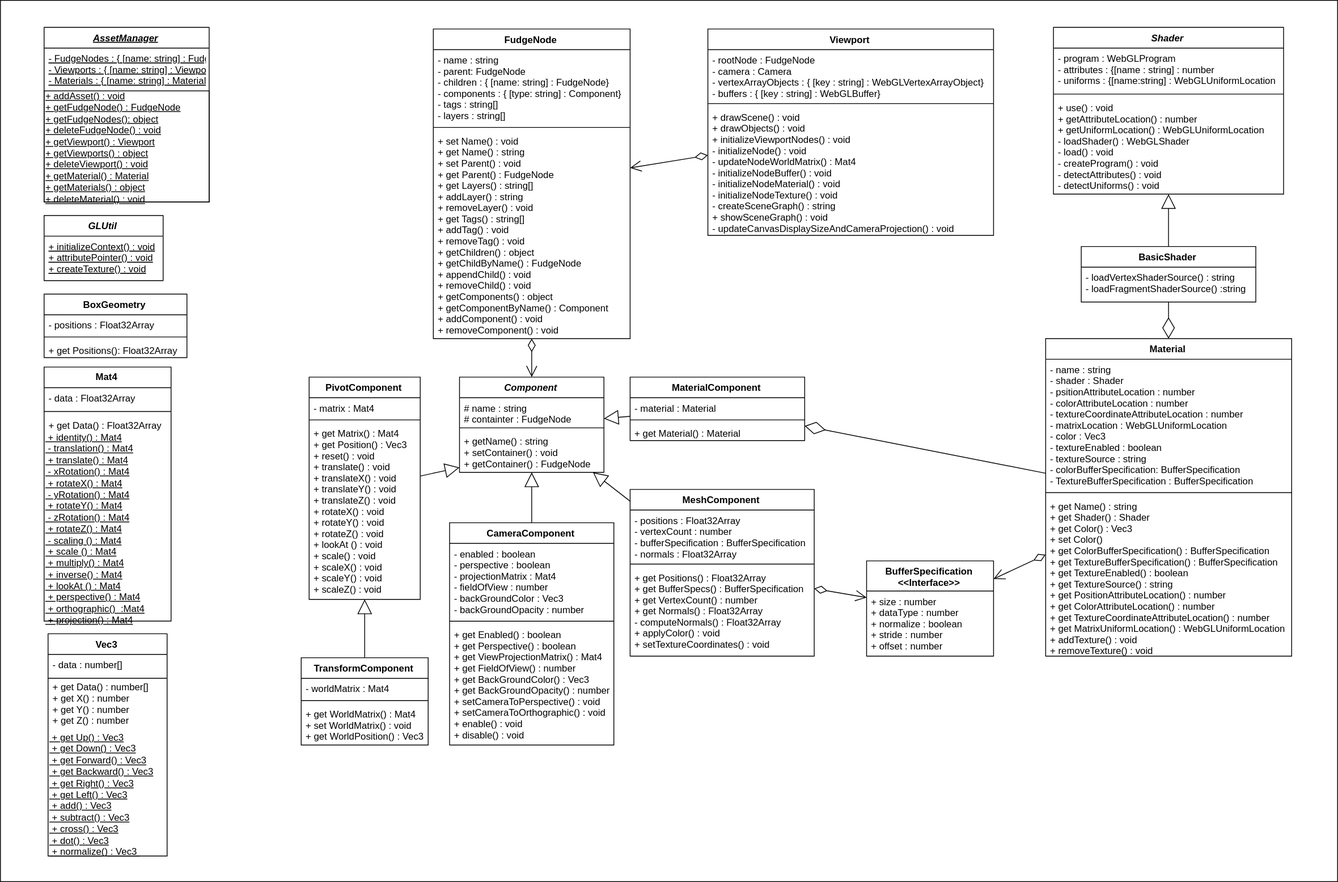
The draw.io diagram Design/CoreClassDiagramm.svg in JirkaDellOro/FUDGE, before a commit. Source tidied: cells renumbered, new cells last; positions are measured from the earlier drawing's top-left corner, leaving out a move shared by most shapes.
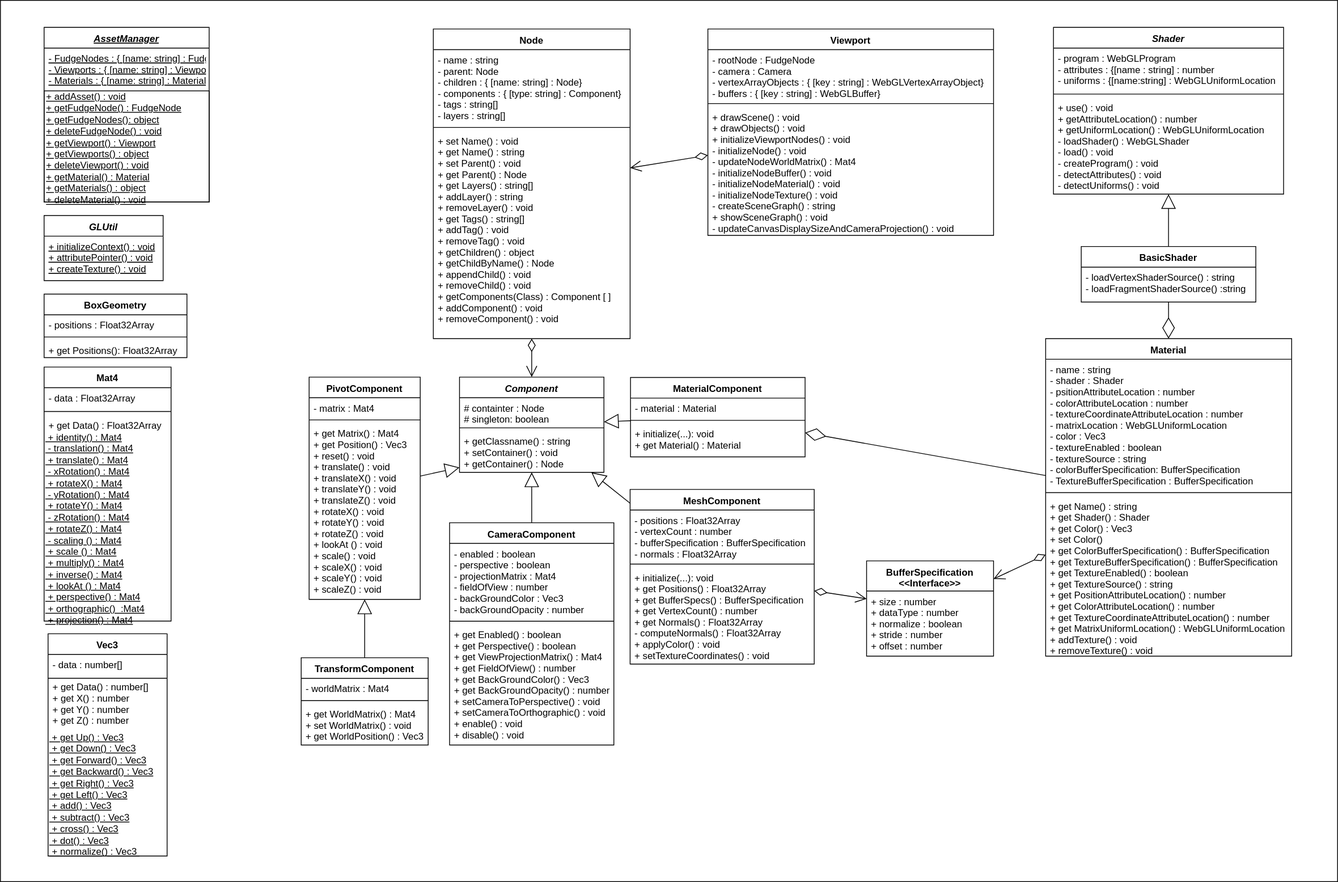
After the change.

Diff of the diagram source:
```diff
@@ -5,28 +5,28 @@
     <mxCell id="2" style="rounded=0;whiteSpace=wrap;html=1;" parent="1" vertex="1">
       <mxGeometry width="1685" height="1110" as="geometry" />
     </mxCell>
-    <mxCell id="3" value="FudgeNode" style="swimlane;fontStyle=1;align=center;verticalAlign=top;horizontal=1;startSize=26;" parent="1" vertex="1">
+    <mxCell id="3" value="Node" style="swimlane;fontStyle=1;align=center;verticalAlign=top;horizontal=1;startSize=26;" parent="1" vertex="1">
       <mxGeometry x="545.5" y="36" width="248" height="390" as="geometry" />
     </mxCell>
-    <mxCell id="4" value="- name : string&#10;- parent: FudgeNode&#10;- children : { [name: string] : FudgeNode}&#10;- components : { [type: string] : Component} &#10;- tags : string[]&#10;- layers : string[]" style="text;strokeColor=none;fillColor=none;align=left;verticalAlign=top;spacingLeft=4;spacingRight=4;overflow=hidden;" parent="3" vertex="1">
+    <mxCell id="4" value="- name : string&#10;- parent: Node&#10;- children : { [name: string] : Node}&#10;- components : { [type: string] : Component} &#10;- tags : string[]&#10;- layers : string[]" style="text;strokeColor=none;fillColor=none;align=left;verticalAlign=top;spacingLeft=4;spacingRight=4;overflow=hidden;" parent="3" vertex="1">
       <mxGeometry y="26" width="248" height="94" as="geometry" />
     </mxCell>
     <mxCell id="5" style="line;strokeWidth=1;fillColor=none;align=left;verticalAlign=middle;spacingTop=-1;spacingLeft=3;spacingRight=3;labelPosition=right;" parent="3" vertex="1">
       <mxGeometry y="120" width="248" height="8" as="geometry" />
     </mxCell>
-    <mxCell id="6" value="+ set Name() : void&#10;+ get Name() : string&#10;+ set Parent() : void&#10;+ get Parent() : FudgeNode&#10;+ get Layers() : string[]&#10;+ addLayer() : string&#10;+ removeLayer() : void&#10;+ get Tags() : string[]&#10;+ addTag() : void&#10;+ removeTag() : void&#10;+ getChildren() : object&#10;+ getChildByName() : FudgeNode&#10;+ appendChild() : void&#10;+ removeChild() : void&#10;+ getComponents() : object&#10;+ getComponentByName() : Component&#10;+ addComponent() : void&#10;+ removeComponent() : void&#10;&#10;" style="text;strokeColor=none;fillColor=none;align=left;verticalAlign=top;spacingLeft=4;spacingRight=4;overflow=hidden;" parent="3" vertex="1">
+    <mxCell id="6" value="+ set Name() : void&#10;+ get Name() : string&#10;+ set Parent() : void&#10;+ get Parent() : Node&#10;+ get Layers() : string[]&#10;+ addLayer() : string&#10;+ removeLayer() : void&#10;+ get Tags() : string[]&#10;+ addTag() : void&#10;+ removeTag() : void&#10;+ getChildren() : object&#10;+ getChildByName() : Node&#10;+ appendChild() : void&#10;+ removeChild() : void&#10;+ getComponents(Class) : Component [ ]&#10;+ addComponent() : void&#10;+ removeComponent() : void&#10;&#10;" style="text;strokeColor=none;fillColor=none;align=left;verticalAlign=top;spacingLeft=4;spacingRight=4;overflow=hidden;" parent="3" vertex="1">
       <mxGeometry y="128" width="248" height="262" as="geometry" />
     </mxCell>
     <mxCell id="7" value="Component" style="swimlane;fontStyle=3;align=center;verticalAlign=top;horizontal=1;startSize=26;" parent="1" vertex="1">
       <mxGeometry x="578.5" y="474.5" width="182" height="120" as="geometry" />
     </mxCell>
-    <mxCell id="8" value="# name : string&#10;# containter : FudgeNode&#10;" style="text;strokeColor=none;fillColor=none;align=left;verticalAlign=top;spacingLeft=4;spacingRight=4;overflow=hidden;" parent="7" vertex="1">
+    <mxCell id="8" value="# containter : Node&#10;# singleton: boolean" style="text;strokeColor=none;fillColor=none;align=left;verticalAlign=top;spacingLeft=4;spacingRight=4;overflow=hidden;" parent="7" vertex="1">
       <mxGeometry y="26" width="182" height="34" as="geometry" />
     </mxCell>
     <mxCell id="9" style="line;strokeWidth=1;fillColor=none;align=left;verticalAlign=middle;spacingTop=-1;spacingLeft=3;spacingRight=3;labelPosition=right;" parent="7" vertex="1">
       <mxGeometry y="60" width="182" height="8" as="geometry" />
     </mxCell>
-    <mxCell id="10" value="+ getName() : string&#10;+ setContainer() : void&#10;+ getContainer() : FudgeNode&#10;" style="text;strokeColor=none;fillColor=none;align=left;verticalAlign=top;spacingLeft=4;spacingRight=4;overflow=hidden;points=[[0,0.5],[1,0.5]];portConstraint=eastwest;" parent="7" vertex="1">
+    <mxCell id="10" value="+ getClassname() : string&#10;+ setContainer() : void&#10;+ getContainer() : Node&#10;" style="text;strokeColor=none;fillColor=none;align=left;verticalAlign=top;spacingLeft=4;spacingRight=4;overflow=hidden;points=[[0,0.5],[1,0.5]];portConstraint=eastwest;" parent="7" vertex="1">
       <mxGeometry y="68" width="182" height="52" as="geometry" />
     </mxCell>
     <mxCell id="11" style="endArrow=block;endSize=16;endFill=0;html=1;" parent="1" edge="1" source="59" target="39">
@@ -66,7 +66,7 @@
       <mxGeometry relative="1" as="geometry" />
     </mxCell>
     <mxCell id="23" value="MaterialComponent&#10;" style="swimlane;fontStyle=1;align=center;verticalAlign=top;horizontal=1;startSize=26;" parent="1" vertex="1">
-      <mxGeometry x="793.5" y="474.5" width="220" height="80" as="geometry" />
+      <mxGeometry x="794" y="475" width="220" height="100" as="geometry" />
     </mxCell>
     <mxCell id="24" value="- material : Material&#10;" style="text;strokeColor=none;fillColor=none;align=left;verticalAlign=top;spacingLeft=4;spacingRight=4;overflow=hidden;" parent="23" vertex="1">
       <mxGeometry y="26" width="220" height="24" as="geometry" />
@@ -74,8 +74,8 @@
     <mxCell id="25" style="line;strokeWidth=1;fillColor=none;align=left;verticalAlign=middle;spacingTop=-1;spacingLeft=3;spacingRight=3;labelPosition=right;" parent="23" vertex="1">
       <mxGeometry y="50" width="220" height="8" as="geometry" />
     </mxCell>
-    <mxCell id="26" value="+ get Material() : Material&#10;" style="text;strokeColor=none;fillColor=none;align=left;verticalAlign=top;spacingLeft=4;spacingRight=4;overflow=hidden;" parent="23" vertex="1">
-      <mxGeometry y="58" width="220" height="22" as="geometry" />
+    <mxCell id="26" value="+ initialize(...): void&#10;+ get Material() : Material&#10;" style="text;strokeColor=none;fillColor=none;align=left;verticalAlign=top;spacingLeft=4;spacingRight=4;overflow=hidden;" parent="23" vertex="1">
+      <mxGeometry y="58" width="220" height="42" as="geometry" />
     </mxCell>
     <mxCell id="27" style="endArrow=block;endSize=16;endFill=0;html=1;" parent="1" edge="1" source="23" target="7">
       <mxGeometry relative="1" as="geometry" />
@@ -207,7 +207,7 @@
       <mxGeometry y="80" width="208" height="140" as="geometry" />
     </mxCell>
     <mxCell id="70" value="MeshComponent&#10;&#10;" style="swimlane;fontStyle=1;align=center;verticalAlign=top;horizontal=1;startSize=26;" parent="1" vertex="1">
-      <mxGeometry x="793.5" y="616" width="232" height="210" as="geometry" />
+      <mxGeometry x="793.5" y="616" width="232" height="220" as="geometry" />
     </mxCell>
     <mxCell id="71" value="- positions : Float32Array&#10;- vertexCount : number&#10;- bufferSpecification : BufferSpecification&#10;- normals : Float32Array" style="text;strokeColor=none;fillColor=none;align=left;verticalAlign=top;spacingLeft=4;spacingRight=4;overflow=hidden;" parent="70" vertex="1">
       <mxGeometry y="26" width="232" height="64" as="geometry" />
@@ -215,8 +215,8 @@
     <mxCell id="72" style="line;strokeWidth=1;fillColor=none;align=left;verticalAlign=middle;spacingTop=-1;spacingLeft=3;spacingRight=3;labelPosition=right;" parent="70" vertex="1">
       <mxGeometry y="90" width="232" height="8" as="geometry" />
     </mxCell>
-    <mxCell id="73" value="+ get Positions() : Float32Array&#10;+ get BufferSpecs() : BufferSpecification&#10;+ get VertexCount() : number&#10;+ get Normals() : Float32Array&#10;- computeNormals() : Float32Array&#10;+ applyColor() : void&#10;+ setTextureCoordinates() : void&#10;" style="text;strokeColor=none;fillColor=none;align=left;verticalAlign=top;spacingLeft=4;spacingRight=4;overflow=hidden;" parent="70" vertex="1">
-      <mxGeometry y="98" width="232" height="112" as="geometry" />
+    <mxCell id="73" value="+ initialize(...): void&#10;+ get Positions() : Float32Array&#10;+ get BufferSpecs() : BufferSpecification&#10;+ get VertexCount() : number&#10;+ get Normals() : Float32Array&#10;- computeNormals() : Float32Array&#10;+ applyColor() : void&#10;+ setTextureCoordinates() : void&#10;" style="text;strokeColor=none;fillColor=none;align=left;verticalAlign=top;spacingLeft=4;spacingRight=4;overflow=hidden;" parent="70" vertex="1">
+      <mxGeometry y="98" width="232" height="122" as="geometry" />
     </mxCell>
     <mxCell id="74" value="BoxGeometry&#10;" style="swimlane;fontStyle=1;align=center;verticalAlign=top;horizontal=1;startSize=26;" parent="1" vertex="1">
       <mxGeometry x="55" y="370" width="180" height="80" as="geometry" />
```
